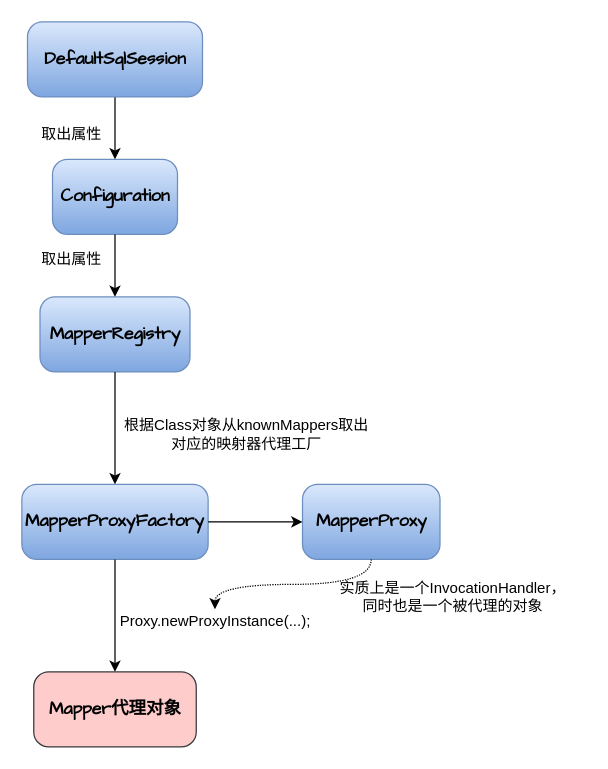
The draw.io diagram page "Mapper代理对象生成" (4 of 5) of MyBatis概要流程.drawio in heweijun123/drawio-database, before the edit. Source tidied: cells renumbered, new cells numbered last; positions are measured from the earlier drawing's top-left corner, leaving out a move shared by most shapes. Both pictures are drawn from the tidied source at 125%, with x=0, y=0 at pixel (21, 21).
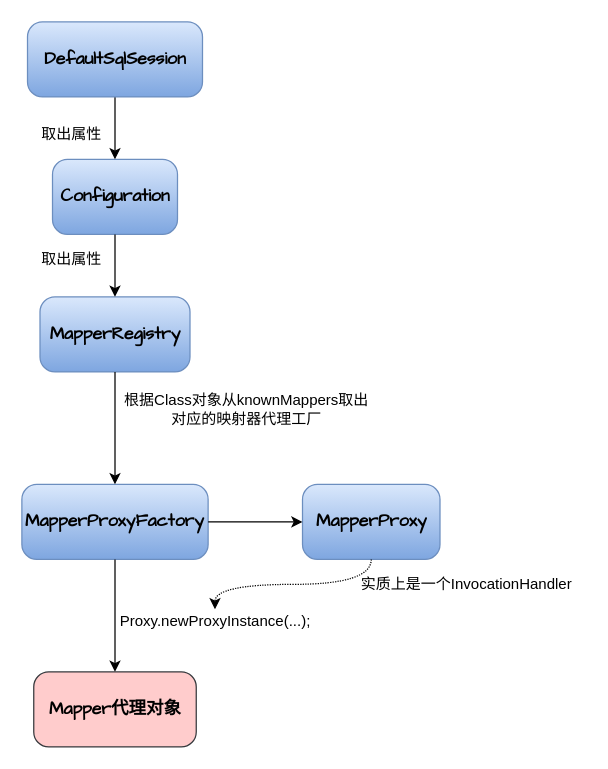
Above is the later version.

The edit, as a diff of the source:
```diff
@@
     <mxCell id="15" value="根据Class对象从knownMappers取出对应的映射器代理工厂" style="text;html=1;strokeColor=none;fillColor=none;align=center;verticalAlign=middle;whiteSpace=wrap;rounded=0;" parent="1" vertex="1">
-      <mxGeometry x="79.5" y="320" width="200" height="20" as="geometry" />
+      <mxGeometry x="79.5" y="300" width="200" height="20" as="geometry" />
     </mxCell>
@@
-    <mxCell id="23" value="实质上是一个InvocationHandler，同时也是一个被代理的对象" style="text;html=1;strokeColor=none;fillColor=none;align=center;verticalAlign=middle;whiteSpace=wrap;rounded=0;" parent="1" vertex="1">
-      <mxGeometry x="248.5" y="450" width="191.5" height="20" as="geometry" />
+    <mxCell id="23" value="实质上是一个InvocationHandler" style="text;html=1;strokeColor=none;fillColor=none;align=center;verticalAlign=middle;whiteSpace=wrap;rounded=0;" parent="1" vertex="1">
+      <mxGeometry x="260" y="440" width="191.5" height="20" as="geometry" />
     </mxCell>
```
